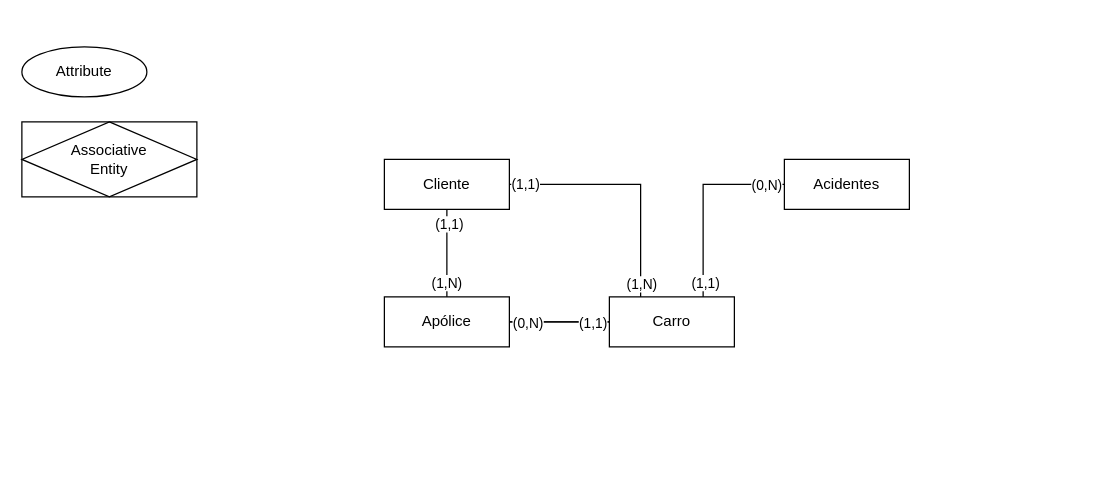
Earlier version of the draw.io diagram Diagramas/Diagrama 01.drawio (bruniculos08/BAN1002). Source tidied: cells renumbered, new cells numbered last; positions are measured from the earlier drawing's top-left corner, leaving out a move shared by most shapes. Both pictures are drawn from the tidied source at 125%, with x=0, y=0 at pixel (21, 46).
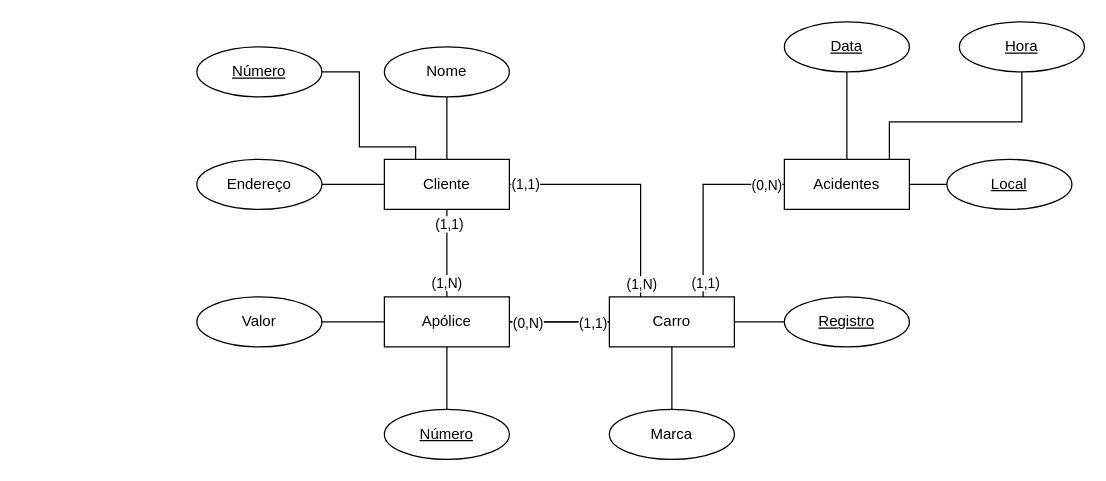
The same page after the edit.

The change refers to these unchanged cells:
```xml
<mxCell id="5" value="Cliente" style="whiteSpace=wrap;html=1;align=center;" parent="1" vertex="1">
  <mxGeometry x="290" y="90" width="100" height="40" as="geometry" />
</mxCell>
<mxCell id="9" value="Apólice" style="whiteSpace=wrap;html=1;align=center;" parent="1" vertex="1">
  <mxGeometry x="290" y="200" width="100" height="40" as="geometry" />
</mxCell>
<mxCell id="19" value="Carro" style="whiteSpace=wrap;html=1;align=center;" parent="1" vertex="1">
  <mxGeometry x="470" y="200" width="100" height="40" as="geometry" />
</mxCell>
<mxCell id="20" value="Acidentes" style="whiteSpace=wrap;html=1;align=center;" parent="1" vertex="1">
  <mxGeometry x="610" y="90" width="100" height="40" as="geometry" />
</mxCell>
```

What changed in the source:
```diff
@@
+    <mxCell id="21" style="edgeStyle=orthogonalEdgeStyle;rounded=0;jettySize=auto;html=1;exitX=0;exitY=0.5;exitDx=0;exitDy=0;entryX=1;entryY=0.5;entryDx=0;entryDy=0;endArrow=none;endFill=0;" parent="1" edge="1" source="5" target="27">
+      <mxGeometry relative="1" as="geometry" />
+    </mxCell>
+    <mxCell id="22" style="edgeStyle=orthogonalEdgeStyle;rounded=0;jettySize=auto;html=1;exitX=0.5;exitY=0;exitDx=0;exitDy=0;entryX=0.5;entryY=1;entryDx=0;entryDy=0;endArrow=none;endFill=0;" parent="1" edge="1" source="5" target="26">
+      <mxGeometry relative="1" as="geometry" />
+    </mxCell>
+    <mxCell id="23" style="edgeStyle=orthogonalEdgeStyle;rounded=0;jettySize=auto;html=1;exitX=0.25;exitY=0;exitDx=0;exitDy=0;entryX=1;entryY=0.5;entryDx=0;entryDy=0;endArrow=none;endFill=0;" parent="1" edge="1" source="5" target="6">
+      <mxGeometry relative="1" as="geometry">
+        <Array as="points">
+          <mxPoint x="315" y="80" />
+          <mxPoint x="270" y="80" />
+          <mxPoint x="270" y="20" />
+        </Array>
+      </mxGeometry>
+    </mxCell>
@@
-    <mxCell id="6" value="Attribute" style="ellipse;whiteSpace=wrap;html=1;align=center;" parent="1" vertex="1">
-      <mxGeometry width="100" height="40" as="geometry" />
+    <mxCell id="6" value="&lt;u&gt;Número&lt;/u&gt;" style="ellipse;whiteSpace=wrap;html=1;align=center;" parent="1" vertex="1">
+      <mxGeometry x="140" width="100" height="40" as="geometry" />
     </mxCell>
-    <mxCell id="7" value="Associative&#10;Entity" style="shape=associativeEntity;whiteSpace=wrap;html=1;align=center;" parent="1" vertex="1">
-      <mxGeometry y="60" width="140" height="60" as="geometry" />
-    </mxCell>
@@
+    <mxCell id="24" style="edgeStyle=orthogonalEdgeStyle;rounded=0;jettySize=auto;html=1;exitX=0;exitY=0.5;exitDx=0;exitDy=0;entryX=1;entryY=0.5;entryDx=0;entryDy=0;endArrow=none;endFill=0;" parent="1" edge="1" source="9" target="30">
+      <mxGeometry relative="1" as="geometry" />
+    </mxCell>
@@
+    <mxCell id="25" style="edgeStyle=orthogonalEdgeStyle;rounded=0;jettySize=auto;html=1;exitX=0.84;exitY=0.05;exitDx=0;exitDy=0;entryX=0.5;entryY=1;entryDx=0;entryDy=0;endArrow=none;endFill=0;exitPerimeter=0;" parent="1" edge="1" source="20" target="37">
+      <mxGeometry relative="1" as="geometry">
+        <Array as="points">
+          <mxPoint x="694" y="60" />
+          <mxPoint x="800" y="60" />
+        </Array>
+      </mxGeometry>
+    </mxCell>
@@
+    <mxCell id="26" value="Nome" style="ellipse;whiteSpace=wrap;html=1;align=center;" parent="1" vertex="1">
+      <mxGeometry x="290" width="100" height="40" as="geometry" />
+    </mxCell>
+    <mxCell id="27" value="Endereço" style="ellipse;whiteSpace=wrap;html=1;align=center;" parent="1" vertex="1">
+      <mxGeometry x="140" y="90" width="100" height="40" as="geometry" />
+    </mxCell>
+    <mxCell id="28" style="edgeStyle=orthogonalEdgeStyle;rounded=0;jettySize=auto;html=1;exitX=0.5;exitY=0;exitDx=0;exitDy=0;entryX=0.5;entryY=1;entryDx=0;entryDy=0;endArrow=none;endFill=0;" parent="1" edge="1" source="29" target="9">
+      <mxGeometry relative="1" as="geometry" />
+    </mxCell>
+    <mxCell id="29" value="&lt;u&gt;Número&lt;/u&gt;" style="ellipse;whiteSpace=wrap;html=1;align=center;" parent="1" vertex="1">
+      <mxGeometry x="290" y="290" width="100" height="40" as="geometry" />
+    </mxCell>
+    <mxCell id="30" value="Valor" style="ellipse;whiteSpace=wrap;html=1;align=center;" parent="1" vertex="1">
+      <mxGeometry x="140" y="200" width="100" height="40" as="geometry" />
+    </mxCell>
+    <mxCell id="31" style="edgeStyle=orthogonalEdgeStyle;rounded=0;jettySize=auto;html=1;exitX=0;exitY=0.5;exitDx=0;exitDy=0;entryX=1;entryY=0.5;entryDx=0;entryDy=0;endArrow=none;endFill=0;" parent="1" edge="1" source="32" target="19">
+      <mxGeometry relative="1" as="geometry" />
+    </mxCell>
+    <mxCell id="32" value="&lt;u&gt;Registro&lt;/u&gt;" style="ellipse;whiteSpace=wrap;html=1;align=center;" parent="1" vertex="1">
+      <mxGeometry x="610" y="200" width="100" height="40" as="geometry" />
+    </mxCell>
+    <mxCell id="33" style="edgeStyle=orthogonalEdgeStyle;rounded=0;jettySize=auto;html=1;exitX=0.5;exitY=0;exitDx=0;exitDy=0;entryX=0.5;entryY=1;entryDx=0;entryDy=0;endArrow=none;endFill=0;" parent="1" edge="1" source="34" target="19">
+      <mxGeometry relative="1" as="geometry" />
+    </mxCell>
+    <mxCell id="34" value="Marca" style="ellipse;whiteSpace=wrap;html=1;align=center;" parent="1" vertex="1">
+      <mxGeometry x="470" y="290" width="100" height="40" as="geometry" />
+    </mxCell>
+    <mxCell id="35" style="edgeStyle=orthogonalEdgeStyle;rounded=0;jettySize=auto;html=1;exitX=0.5;exitY=1;exitDx=0;exitDy=0;entryX=0.5;entryY=0;entryDx=0;entryDy=0;endArrow=none;endFill=0;" parent="1" edge="1" source="36" target="20">
+      <mxGeometry relative="1" as="geometry" />
+    </mxCell>
+    <mxCell id="36" value="&lt;u&gt;Data&lt;/u&gt;" style="ellipse;whiteSpace=wrap;html=1;align=center;" parent="1" vertex="1">
+      <mxGeometry x="610" y="-20" width="100" height="40" as="geometry" />
+    </mxCell>
+    <mxCell id="37" value="&lt;u&gt;Hora&lt;/u&gt;" style="ellipse;whiteSpace=wrap;html=1;align=center;" parent="1" vertex="1">
+      <mxGeometry x="750" y="-20" width="100" height="40" as="geometry" />
+    </mxCell>
+    <mxCell id="38" style="edgeStyle=orthogonalEdgeStyle;rounded=0;jettySize=auto;html=1;exitX=0;exitY=0.5;exitDx=0;exitDy=0;entryX=1;entryY=0.5;entryDx=0;entryDy=0;endArrow=none;endFill=0;" parent="1" edge="1" source="39" target="20">
+      <mxGeometry relative="1" as="geometry" />
+    </mxCell>
+    <mxCell id="39" value="&lt;u&gt;Local&lt;/u&gt;" style="ellipse;whiteSpace=wrap;html=1;align=center;" parent="1" vertex="1">
+      <mxGeometry x="740" y="90" width="100" height="40" as="geometry" />
+    </mxCell>
```
